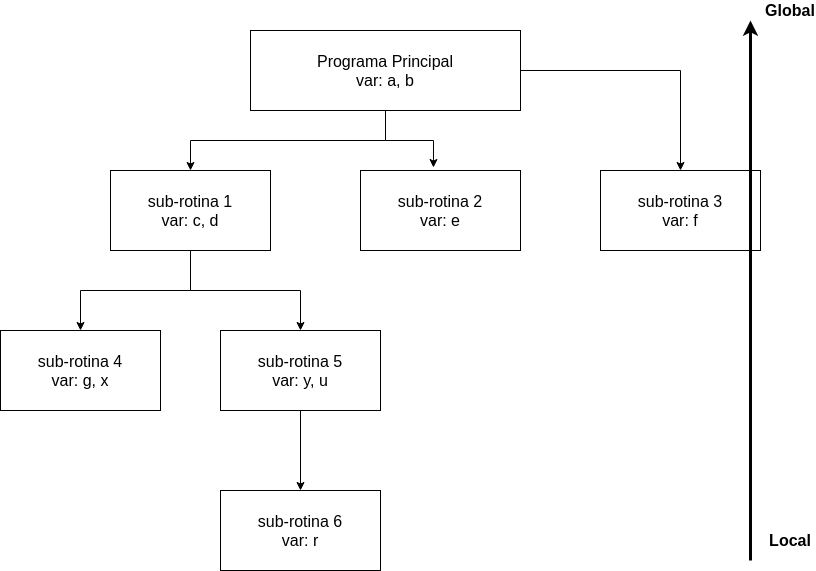
Before: CodeClasses/FunctionsCode/variaveis.drawio.png, a diagram exported from draw.io (maumneto/IntroductionComputerScience). Source tidied: cells renumbered, new cells last; positions are measured from the earlier drawing's top-left corner, leaving out a move shared by most shapes. Source of this version:
```xml
<mxGraphModel>
  <root>
    <mxCell id="0" />
    <mxCell id="1" parent="0" />
    <mxCell id="2" style="edgeStyle=orthogonalEdgeStyle;rounded=0;jettySize=auto;html=1;fontSize=16;" parent="1" edge="1" source="5" target="8">
      <mxGeometry relative="1" as="geometry" />
    </mxCell>
    <mxCell id="3" style="edgeStyle=orthogonalEdgeStyle;rounded=0;jettySize=auto;html=1;entryX=0.456;entryY=-0.037;entryDx=0;entryDy=0;entryPerimeter=0;fontSize=16;" parent="1" edge="1" source="5" target="9">
      <mxGeometry relative="1" as="geometry" />
    </mxCell>
    <mxCell id="4" style="edgeStyle=orthogonalEdgeStyle;rounded=0;jettySize=auto;html=1;fontSize=16;" parent="1" edge="1" source="5" target="10">
      <mxGeometry relative="1" as="geometry" />
    </mxCell>
    <mxCell id="5" value="Programa Principal&lt;br&gt;var: a, b" style="rounded=0;whiteSpace=wrap;html=1;fontSize=16;" parent="1" vertex="1">
      <mxGeometry x="250" y="30" width="270" height="80" as="geometry" />
    </mxCell>
    <mxCell id="6" style="edgeStyle=orthogonalEdgeStyle;rounded=0;jettySize=auto;html=1;entryX=0.5;entryY=0;entryDx=0;entryDy=0;fontSize=16;" parent="1" edge="1" source="8" target="11">
      <mxGeometry relative="1" as="geometry" />
    </mxCell>
    <mxCell id="7" style="edgeStyle=orthogonalEdgeStyle;rounded=0;jettySize=auto;html=1;fontSize=16;" parent="1" edge="1" source="8" target="13">
      <mxGeometry relative="1" as="geometry" />
    </mxCell>
    <mxCell id="8" value="sub-rotina 1&lt;br&gt;var: c, d" style="rounded=0;whiteSpace=wrap;html=1;fontSize=16;" parent="1" vertex="1">
      <mxGeometry x="110" y="170" width="160" height="80" as="geometry" />
    </mxCell>
    <mxCell id="9" value="sub-rotina 2&lt;br&gt;var: e" style="rounded=0;whiteSpace=wrap;html=1;fontSize=16;" parent="1" vertex="1">
      <mxGeometry x="360" y="170" width="160" height="80" as="geometry" />
    </mxCell>
    <mxCell id="10" value="sub-rotina 3&lt;br&gt;var: f" style="rounded=0;whiteSpace=wrap;html=1;fontSize=16;" parent="1" vertex="1">
      <mxGeometry x="600" y="170" width="160" height="80" as="geometry" />
    </mxCell>
    <mxCell id="11" value="sub-rotina 4&lt;br&gt;var: g, x" style="rounded=0;whiteSpace=wrap;html=1;fontSize=16;" parent="1" vertex="1">
      <mxGeometry y="330" width="160" height="80" as="geometry" />
    </mxCell>
    <mxCell id="12" style="edgeStyle=orthogonalEdgeStyle;rounded=0;jettySize=auto;html=1;entryX=0.5;entryY=0;entryDx=0;entryDy=0;fontSize=16;" parent="1" edge="1" source="13" target="14">
      <mxGeometry relative="1" as="geometry" />
    </mxCell>
    <mxCell id="13" value="sub-rotina 5&lt;br&gt;var: y, u" style="rounded=0;whiteSpace=wrap;html=1;fontSize=16;" parent="1" vertex="1">
      <mxGeometry x="220" y="330" width="160" height="80" as="geometry" />
    </mxCell>
    <mxCell id="14" value="sub-rotina 6&lt;br&gt;var: r" style="rounded=0;whiteSpace=wrap;html=1;fontSize=16;" parent="1" vertex="1">
      <mxGeometry x="220" y="490" width="160" height="80" as="geometry" />
    </mxCell>
    <mxCell id="15" style="endArrow=classic;html=1;fontSize=16;strokeWidth=3;" parent="1" edge="1">
      <mxGeometry relative="1" as="geometry">
        <mxPoint x="750" y="560" as="sourcePoint" />
        <mxPoint x="750" y="20" as="targetPoint" />
      </mxGeometry>
    </mxCell>
    <mxCell id="16" value="Global" style="text;html=1;strokeColor=none;fillColor=none;align=center;verticalAlign=middle;whiteSpace=wrap;rounded=0;fontSize=16;fontStyle=1;" parent="1" vertex="1">
      <mxGeometry x="770" width="40" height="20" as="geometry" />
    </mxCell>
    <mxCell id="17" value="Local" style="text;html=1;strokeColor=none;fillColor=none;align=center;verticalAlign=middle;whiteSpace=wrap;rounded=0;fontSize=16;fontStyle=1;" parent="1" vertex="1">
      <mxGeometry x="770" y="530" width="40" height="20" as="geometry" />
    </mxCell>
  </root>
</mxGraphModel>
```
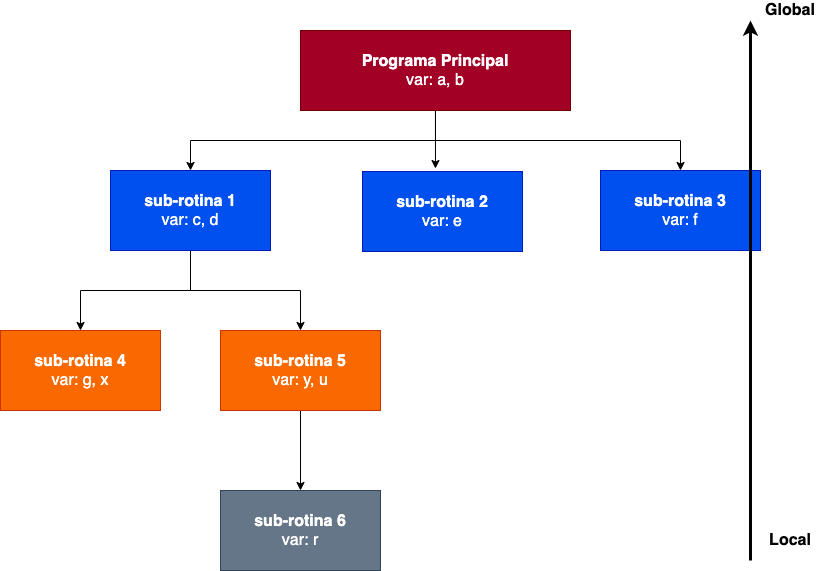
After the commit.

Change to the diagram source:
```diff
@@ -3,16 +3,26 @@
     <mxCell id="0" />
     <mxCell id="1" parent="0" />
     <mxCell id="2" style="edgeStyle=orthogonalEdgeStyle;rounded=0;jettySize=auto;html=1;fontSize=16;" parent="1" edge="1" source="5" target="8">
-      <mxGeometry relative="1" as="geometry" />
+      <mxGeometry relative="1" as="geometry">
+        <Array as="points">
+          <mxPoint x="435" y="140" />
+          <mxPoint x="190" y="140" />
+        </Array>
+      </mxGeometry>
     </mxCell>
     <mxCell id="3" style="edgeStyle=orthogonalEdgeStyle;rounded=0;jettySize=auto;html=1;entryX=0.456;entryY=-0.037;entryDx=0;entryDy=0;entryPerimeter=0;fontSize=16;" parent="1" edge="1" source="5" target="9">
       <mxGeometry relative="1" as="geometry" />
     </mxCell>
-    <mxCell id="4" style="edgeStyle=orthogonalEdgeStyle;rounded=0;jettySize=auto;html=1;fontSize=16;" parent="1" edge="1" source="5" target="10">
-      <mxGeometry relative="1" as="geometry" />
+    <mxCell id="4" style="edgeStyle=orthogonalEdgeStyle;rounded=0;jettySize=auto;html=1;fontSize=16;exitX=0.5;exitY=1;exitDx=0;exitDy=0;" parent="1" edge="1" source="5" target="10">
+      <mxGeometry relative="1" as="geometry">
+        <Array as="points">
+          <mxPoint x="435" y="140" />
+          <mxPoint x="680" y="140" />
+        </Array>
+      </mxGeometry>
     </mxCell>
-    <mxCell id="5" value="Programa Principal&lt;br&gt;var: a, b" style="rounded=0;whiteSpace=wrap;html=1;fontSize=16;" parent="1" vertex="1">
-      <mxGeometry x="250" y="30" width="270" height="80" as="geometry" />
+    <mxCell id="5" value="&lt;b&gt;Programa Principal&lt;br&gt;&lt;/b&gt;var: a, b" style="rounded=0;whiteSpace=wrap;html=1;fontSize=16;fillColor=#a20025;strokeColor=#6F0000;fontColor=#ffffff;" parent="1" vertex="1">
+      <mxGeometry x="300" y="30" width="270" height="80" as="geometry" />
     </mxCell>
     <mxCell id="6" style="edgeStyle=orthogonalEdgeStyle;rounded=0;jettySize=auto;html=1;entryX=0.5;entryY=0;entryDx=0;entryDy=0;fontSize=16;" parent="1" edge="1" source="8" target="11">
       <mxGeometry relative="1" as="geometry" />
@@ -20,25 +30,25 @@
     <mxCell id="7" style="edgeStyle=orthogonalEdgeStyle;rounded=0;jettySize=auto;html=1;fontSize=16;" parent="1" edge="1" source="8" target="13">
       <mxGeometry relative="1" as="geometry" />
     </mxCell>
-    <mxCell id="8" value="sub-rotina 1&lt;br&gt;var: c, d" style="rounded=0;whiteSpace=wrap;html=1;fontSize=16;" parent="1" vertex="1">
+    <mxCell id="8" value="&lt;b&gt;sub-rotina 1&lt;br&gt;&lt;/b&gt;var: c, d" style="rounded=0;whiteSpace=wrap;html=1;fontSize=16;fillColor=#0050ef;strokeColor=#001DBC;fontColor=#ffffff;" parent="1" vertex="1">
       <mxGeometry x="110" y="170" width="160" height="80" as="geometry" />
     </mxCell>
-    <mxCell id="9" value="sub-rotina 2&lt;br&gt;var: e" style="rounded=0;whiteSpace=wrap;html=1;fontSize=16;" parent="1" vertex="1">
-      <mxGeometry x="360" y="170" width="160" height="80" as="geometry" />
+    <mxCell id="9" value="&lt;b&gt;sub-rotina 2&lt;br&gt;&lt;/b&gt;var: e" style="rounded=0;whiteSpace=wrap;html=1;fontSize=16;fillColor=#0050ef;strokeColor=#001DBC;fontColor=#ffffff;" parent="1" vertex="1">
+      <mxGeometry x="362" y="171" width="160" height="80" as="geometry" />
     </mxCell>
-    <mxCell id="10" value="sub-rotina 3&lt;br&gt;var: f" style="rounded=0;whiteSpace=wrap;html=1;fontSize=16;" parent="1" vertex="1">
+    <mxCell id="10" value="&lt;b&gt;sub-rotina 3&lt;br&gt;&lt;/b&gt;var: f" style="rounded=0;whiteSpace=wrap;html=1;fontSize=16;fillColor=#0050ef;strokeColor=#001DBC;fontColor=#ffffff;" parent="1" vertex="1">
       <mxGeometry x="600" y="170" width="160" height="80" as="geometry" />
     </mxCell>
-    <mxCell id="11" value="sub-rotina 4&lt;br&gt;var: g, x" style="rounded=0;whiteSpace=wrap;html=1;fontSize=16;" parent="1" vertex="1">
+    <mxCell id="11" value="&lt;b&gt;sub-rotina 4&lt;br&gt;&lt;/b&gt;var: g, x" style="rounded=0;whiteSpace=wrap;html=1;fontSize=16;fillColor=#fa6800;strokeColor=#C73500;fontColor=#ffffff;" parent="1" vertex="1">
       <mxGeometry y="330" width="160" height="80" as="geometry" />
     </mxCell>
     <mxCell id="12" style="edgeStyle=orthogonalEdgeStyle;rounded=0;jettySize=auto;html=1;entryX=0.5;entryY=0;entryDx=0;entryDy=0;fontSize=16;" parent="1" edge="1" source="13" target="14">
       <mxGeometry relative="1" as="geometry" />
     </mxCell>
-    <mxCell id="13" value="sub-rotina 5&lt;br&gt;var: y, u" style="rounded=0;whiteSpace=wrap;html=1;fontSize=16;" parent="1" vertex="1">
+    <mxCell id="13" value="&lt;b&gt;sub-rotina 5&lt;br&gt;&lt;/b&gt;var: y, u" style="rounded=0;whiteSpace=wrap;html=1;fontSize=16;fillColor=#fa6800;strokeColor=#C73500;fontColor=#ffffff;" parent="1" vertex="1">
       <mxGeometry x="220" y="330" width="160" height="80" as="geometry" />
     </mxCell>
-    <mxCell id="14" value="sub-rotina 6&lt;br&gt;var: r" style="rounded=0;whiteSpace=wrap;html=1;fontSize=16;" parent="1" vertex="1">
+    <mxCell id="14" value="&lt;b&gt;sub-rotina 6&lt;br&gt;&lt;/b&gt;var: r" style="rounded=0;whiteSpace=wrap;html=1;fontSize=16;fillColor=#647687;strokeColor=#314354;fontColor=#ffffff;" parent="1" vertex="1">
       <mxGeometry x="220" y="490" width="160" height="80" as="geometry" />
     </mxCell>
     <mxCell id="15" style="endArrow=classic;html=1;fontSize=16;strokeWidth=3;" parent="1" edge="1">
```
